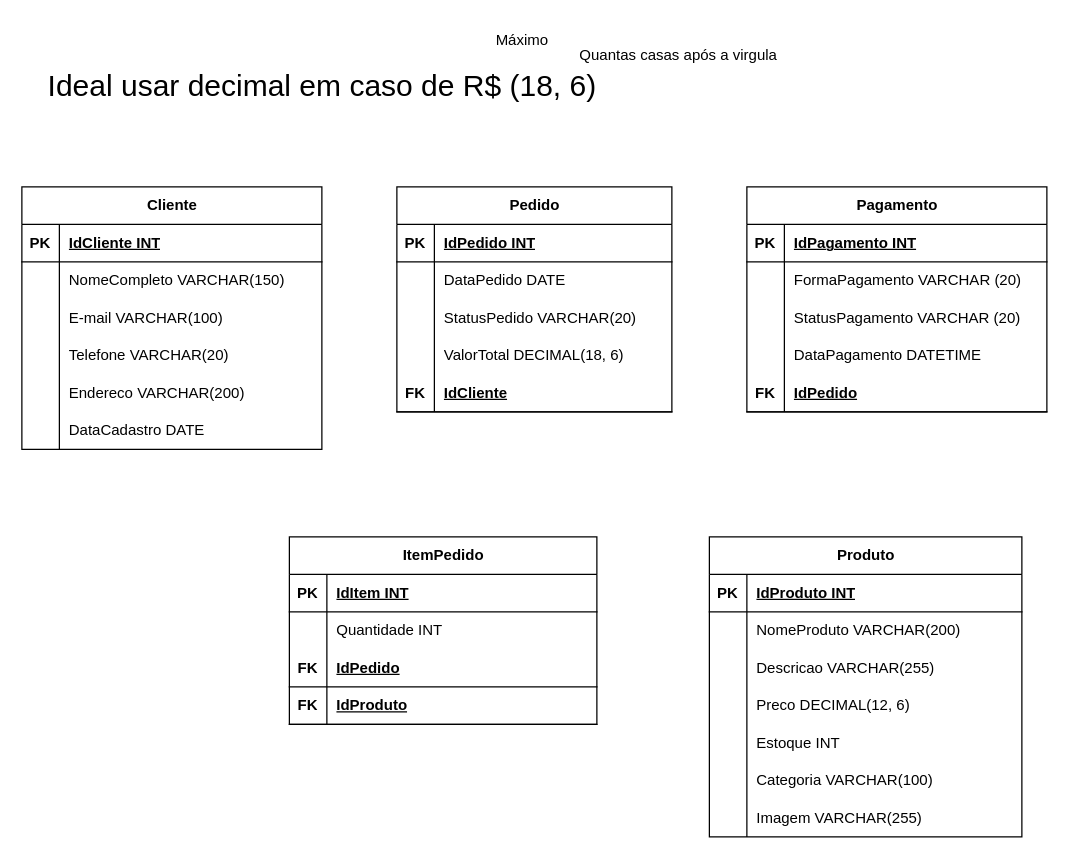
Earlier version of the draw.io diagram page "Modelo Físico" (3 of 3) of BancoDeDados/ProjetoECommerce.drawio (ThalitaNeves95/ProjetoECommerce). Source tidied: cells renumbered, new cells numbered last; positions are measured from the earlier drawing's top-left corner, leaving out a move shared by most shapes. Both pictures are drawn from the tidied source at 125%, with x=0, y=0 at pixel (21, 21).
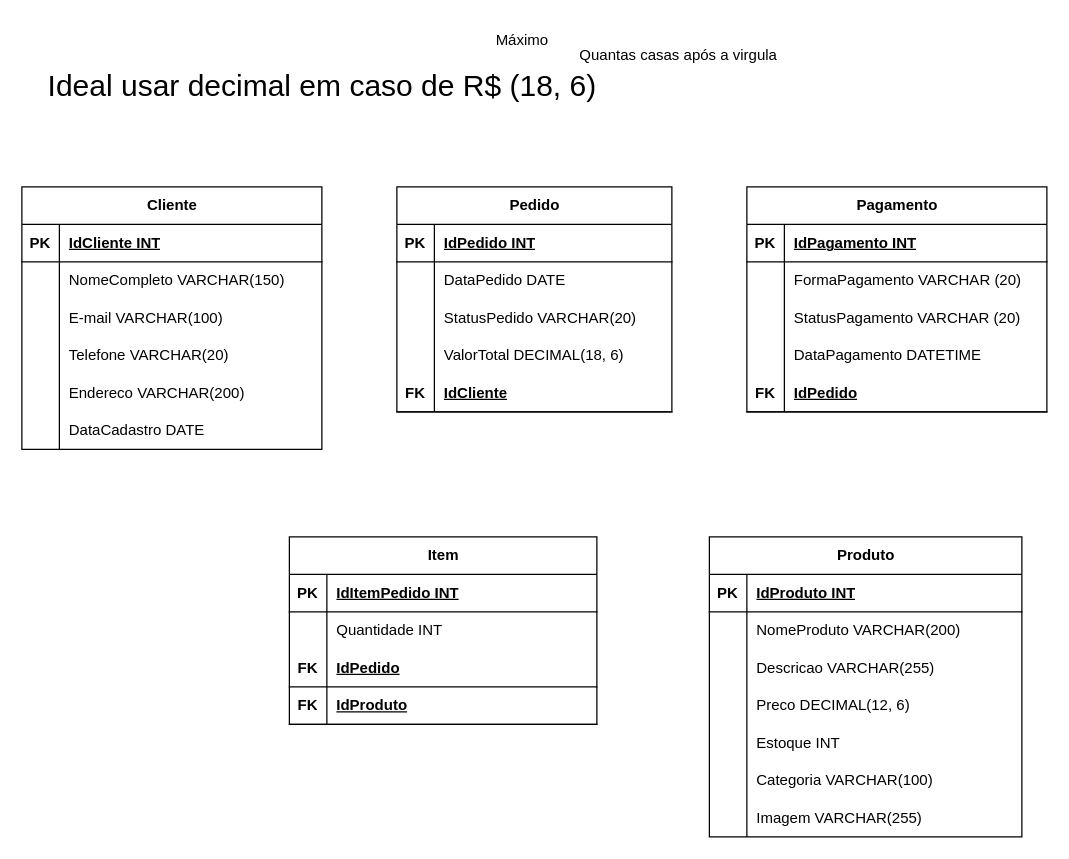
After the change.

The change refers to these unchanged cells:
```xml
<mxCell id="54" style="shape=tableRow;horizontal=0;startSize=0;swimlaneHead=0;swimlaneBody=0;fillColor=none;top=0;left=0;right=0;bottom=1;" parent="53" vertex="1">
  <mxGeometry y="30" width="246" height="30" as="geometry" />
</mxCell>
```

Change to the diagram source:
```diff
@@
-    <mxCell id="53" value="ItemPedido" style="shape=table;startSize=30;childLayout=tableLayout;rowLines=0;fontStyle=1;align=center;html=1;" parent="1" vertex="1">
+    <mxCell id="53" value="Item" style="shape=table;startSize=30;childLayout=tableLayout;rowLines=0;fontStyle=1;align=center;html=1;" parent="1" vertex="1">
       <mxGeometry x="214" y="412" width="246" height="150" as="geometry" />
     </mxCell>
@@
-    <mxCell id="56" value="IdItem INT" style="shape=partialRectangle;fillColor=none;top=0;left=0;bottom=0;right=0;align=left;spacingLeft=6;fontStyle=5;overflow=hidden;whiteSpace=wrap;html=1;" parent="54" vertex="1">
+    <mxCell id="56" value="IdItemPedido INT" style="shape=partialRectangle;fillColor=none;top=0;left=0;bottom=0;right=0;align=left;spacingLeft=6;fontStyle=5;overflow=hidden;whiteSpace=wrap;html=1;" parent="54" vertex="1">
       <mxGeometry x="30" width="216" height="30" as="geometry" />
     </mxCell>
```
